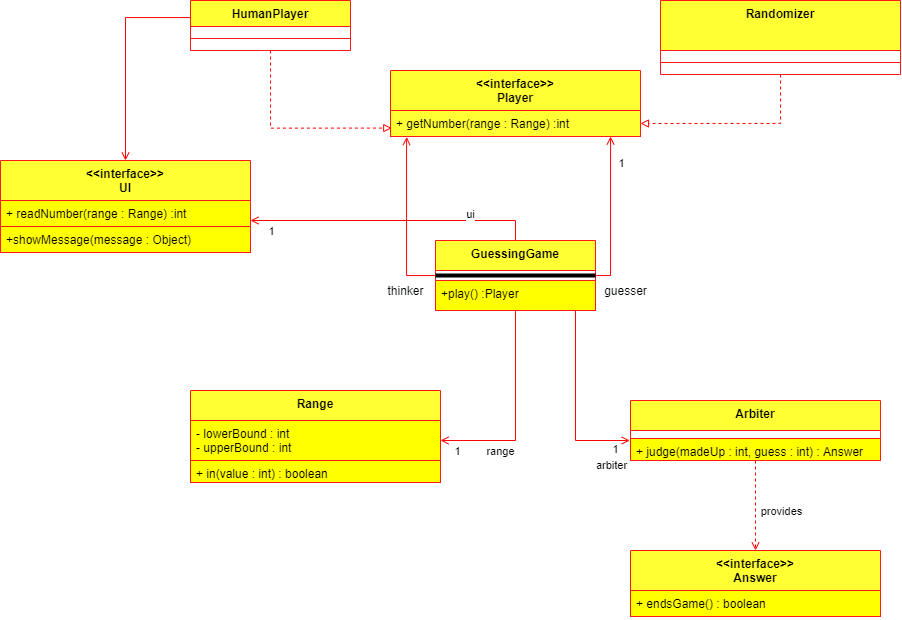
Earlier version of the draw.io export class_diagram_diagrams.png (Szymon-Skazinski/CHARTS). Source tidied: cells renumbered, new cells last; positions are measured from the earlier drawing's top-left corner, leaving out a move shared by most shapes.
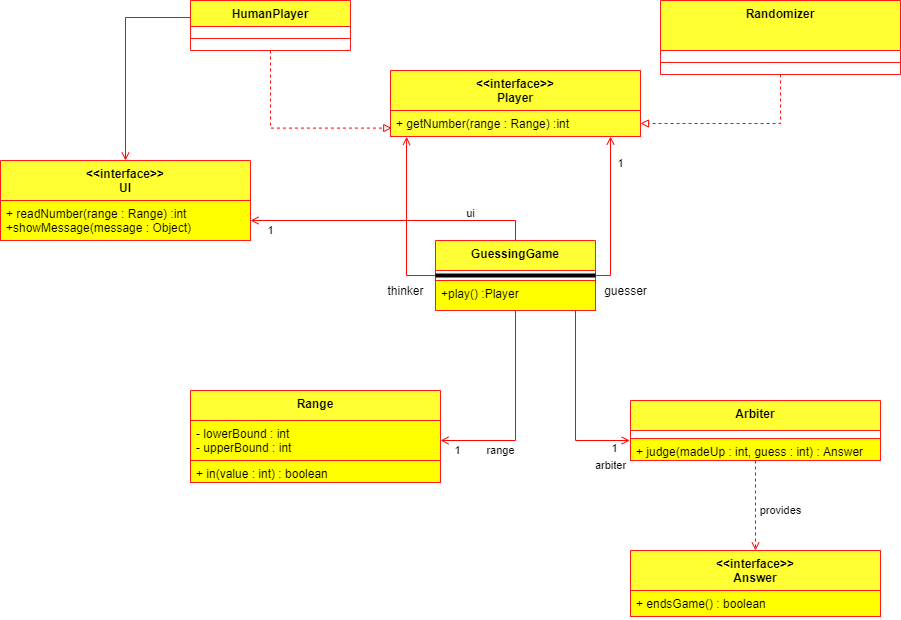
Above is the later version.

What changed in the source:
```diff
@@ -19,7 +19,7 @@
     <mxCell id="4" value="HumanPlayer" style="swimlane;fontStyle=1;align=center;verticalAlign=top;horizontal=1;startSize=26;fillColor=#FFFF33;strokeColor=#FF1919;" parent="1" vertex="1">
       <mxGeometry x="190" width="160" height="50" as="geometry" />
     </mxCell>
-    <mxCell id="5" style="line;strokeWidth=1;fillColor=none;align=left;verticalAlign=middle;spacingTop=-1;spacingLeft=3;spacingRight=3;labelPosition=right;strokeColor=#FF1919;" parent="4" vertex="1">
+    <mxCell id="5" style="line;strokeWidth=1;fillColor=none;align=left;verticalAlign=middle;spacingTop=-1;spacingLeft=3;spacingRight=3;labelPosition=right;strokeColor=#FF1919;whiteSpace=wrap;shadow=0;" parent="4" vertex="1">
       <mxGeometry y="26" width="160" height="24" as="geometry" />
     </mxCell>
     <mxCell id="6" style="edgeStyle=orthogonalEdgeStyle;curved=0;rounded=0;jettySize=auto;html=1;fontColor=#000000;strokeWidth=1;endFill=0;endArrow=open;strokeColor=#FF0303;" parent="1" edge="1" source="16" target="40">
@@ -152,14 +152,11 @@
       <mxGeometry y="50" width="240" height="24" as="geometry" />
     </mxCell>
     <mxCell id="36" value="&lt;&lt;interface&gt;&gt;&#10;UI" style="swimlane;fontStyle=1;align=center;verticalAlign=top;horizontal=1;startSize=40;fillColor=#FFFF33;strokeColor=#FF1919;" parent="1" vertex="1">
-      <mxGeometry y="160" width="250" height="92" as="geometry" />
+      <mxGeometry y="160" width="250" height="80" as="geometry" />
     </mxCell>
-    <mxCell id="37" value="+ readNumber(range : Range) :int" style="text;fillColor=#FFFF00;align=left;verticalAlign=top;spacingLeft=4;spacingRight=4;overflow=hidden;points=[[0,0.5],[1,0.5]];portConstraint=eastwest;strokeColor=#FF1919;" parent="36" vertex="1">
-      <mxGeometry y="40" width="250" height="26" as="geometry" />
+    <mxCell id="37" value="+ readNumber(range : Range) :int&#10;+showMessage(message : Object)" style="text;fillColor=#FFFF00;align=left;verticalAlign=top;spacingLeft=4;spacingRight=4;overflow=hidden;points=[[0,0.5],[1,0.5]];portConstraint=eastwest;strokeColor=#FF1919;" parent="36" vertex="1">
+      <mxGeometry y="40" width="250" height="40" as="geometry" />
     </mxCell>
-    <mxCell id="38" value="+showMessage(message : Object)" style="text;fillColor=#FFFF00;align=left;verticalAlign=top;spacingLeft=4;spacingRight=4;overflow=hidden;strokeColor=#FF1919;" parent="36" vertex="1">
-      <mxGeometry y="66" width="250" height="26" as="geometry" />
-    </mxCell>
     <mxCell id="39" value="&lt;&lt;interface&gt;&gt;&#10;Player" style="swimlane;fontStyle=1;align=center;verticalAlign=top;horizontal=1;startSize=40;fillColor=#FFFF33;strokeColor=#FF1919;" parent="1" vertex="1">
       <mxGeometry x="390" y="70" width="250" height="66" as="geometry" />
     </mxCell>
```
